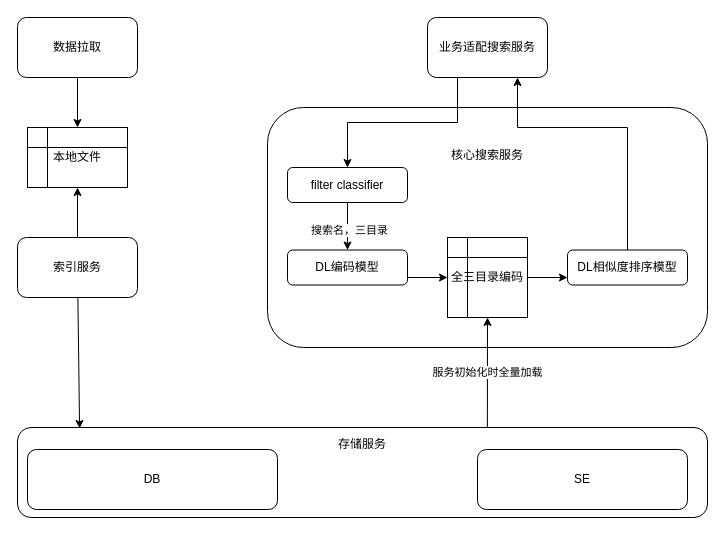
Earlier version of the draw.io diagram page "数据流向图" (2 of 5) of 对码架构.drawio (XiaoLiuAI/diagrams). Source tidied: cells renumbered, new cells numbered last; positions are measured from the earlier drawing's top-left corner, leaving out a move shared by most shapes. Both pictures are drawn from the tidied source at 100%, with x=0, y=0 at pixel (17, 17).
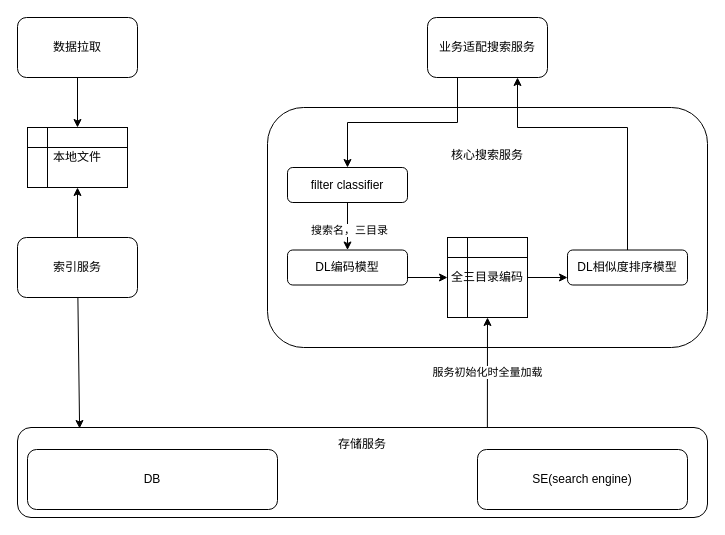
Above is the later version.

What changed in the source:
```diff
@@
-    <mxCell id="17" value="SE" style="rounded=1;whiteSpace=wrap;html=1;" parent="1" vertex="1">
+    <mxCell id="17" value="SE(search engine)" style="rounded=1;whiteSpace=wrap;html=1;" parent="1" vertex="1">
       <mxGeometry x="460" y="432" width="210" height="60" as="geometry" />
     </mxCell>
```
